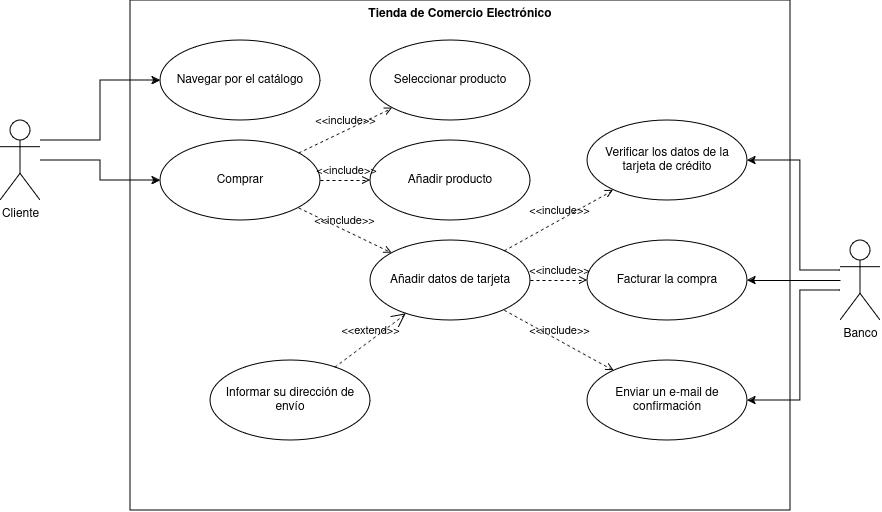
Earlier version of the draw.io export Tienda-de-Comercio-Electrónico.png (eduardosmoralesglez/Simulacro-I---Diagrama-de-Casos-de-Uso-). Source tidied: cells renumbered, new cells last; positions are measured from the earlier drawing's top-left corner, leaving out a move shared by most shapes.
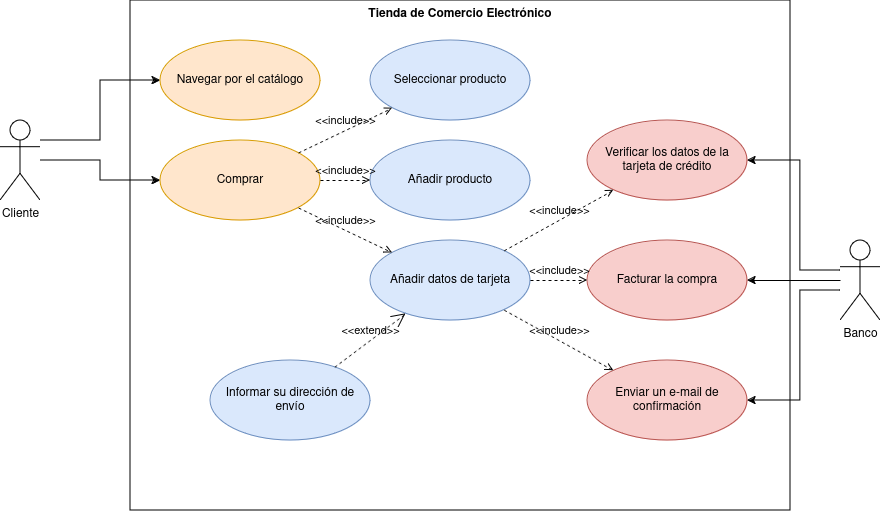
The same file after the commit.

Change to the diagram source:
```diff
@@ -2,7 +2,7 @@
   <root>
     <mxCell id="0" />
     <mxCell id="1" parent="0" />
-    <mxCell id="2" value="Tienda de Comercio Electrónico" style="shape=rect;html=1;verticalAlign=top;fontStyle=1;whiteSpace=wrap;align=center;" parent="1" vertex="1">
+    <mxCell id="2" value="Tienda de Comercio Electrónico" style="shape=rect;html=1;verticalAlign=top;fontStyle=1;whiteSpace=wrap;align=center;fillColor=none;" parent="1" vertex="1">
       <mxGeometry x="130" width="660" height="510" as="geometry" />
     </mxCell>
     <mxCell id="3" style="edgeStyle=orthogonalEdgeStyle;rounded=0;jettySize=auto;html=1;" parent="1" edge="1" source="5" target="10">
@@ -41,28 +41,28 @@
     <mxCell id="9" value="&lt;div&gt;Banco&lt;/div&gt;" style="shape=umlActor;html=1;verticalLabelPosition=bottom;verticalAlign=top;align=center;" parent="1" vertex="1">
       <mxGeometry x="840" y="240" width="40" height="80" as="geometry" />
     </mxCell>
-    <mxCell id="10" value="Navegar por el catálogo" style="ellipse;whiteSpace=wrap;html=1;" parent="1" vertex="1">
+    <mxCell id="10" value="Navegar por el catálogo" style="ellipse;whiteSpace=wrap;html=1;fillColor=#ffe6cc;strokeColor=#d79b00;" parent="1" vertex="1">
       <mxGeometry x="160" y="40" width="160" height="80" as="geometry" />
     </mxCell>
-    <mxCell id="11" value="Comprar" style="ellipse;whiteSpace=wrap;html=1;" parent="1" vertex="1">
+    <mxCell id="11" value="Comprar" style="ellipse;whiteSpace=wrap;html=1;fillColor=#ffe6cc;strokeColor=#d79b00;" parent="1" vertex="1">
       <mxGeometry x="160" y="140" width="160" height="80" as="geometry" />
     </mxCell>
-    <mxCell id="12" value="Añadir producto" style="ellipse;whiteSpace=wrap;html=1;" parent="1" vertex="1">
+    <mxCell id="12" value="Añadir producto" style="ellipse;whiteSpace=wrap;html=1;fillColor=#dae8fc;strokeColor=#6c8ebf;" parent="1" vertex="1">
       <mxGeometry x="370" y="140" width="160" height="80" as="geometry" />
     </mxCell>
-    <mxCell id="13" value="Seleccionar producto" style="ellipse;whiteSpace=wrap;html=1;" parent="1" vertex="1">
+    <mxCell id="13" value="Seleccionar producto" style="ellipse;whiteSpace=wrap;html=1;fillColor=#dae8fc;strokeColor=#6c8ebf;" parent="1" vertex="1">
       <mxGeometry x="370" y="40" width="160" height="80" as="geometry" />
     </mxCell>
-    <mxCell id="14" value="Verificar los datos de la tarjeta de crédito" style="ellipse;whiteSpace=wrap;html=1;" parent="1" vertex="1">
+    <mxCell id="14" value="Verificar los datos de la tarjeta de crédito" style="ellipse;whiteSpace=wrap;html=1;fillColor=#f8cecc;strokeColor=#b85450;" parent="1" vertex="1">
       <mxGeometry x="587" y="120" width="160" height="80" as="geometry" />
     </mxCell>
-    <mxCell id="15" value="Facturar la compra" style="ellipse;whiteSpace=wrap;html=1;" parent="1" vertex="1">
+    <mxCell id="15" value="Facturar la compra" style="ellipse;whiteSpace=wrap;html=1;fillColor=#f8cecc;strokeColor=#b85450;" parent="1" vertex="1">
       <mxGeometry x="587" y="240" width="160" height="80" as="geometry" />
     </mxCell>
-    <mxCell id="16" value="Enviar un e-mail de confirmación" style="ellipse;whiteSpace=wrap;html=1;" parent="1" vertex="1">
+    <mxCell id="16" value="Enviar un e-mail de confirmación" style="ellipse;whiteSpace=wrap;html=1;fillColor=#f8cecc;strokeColor=#b85450;" parent="1" vertex="1">
       <mxGeometry x="587" y="360" width="160" height="80" as="geometry" />
     </mxCell>
-    <mxCell id="17" value="Añadir datos de tarjeta" style="ellipse;whiteSpace=wrap;html=1;" parent="1" vertex="1">
+    <mxCell id="17" value="Añadir datos de tarjeta" style="ellipse;whiteSpace=wrap;html=1;fillColor=#dae8fc;strokeColor=#6c8ebf;" parent="1" vertex="1">
       <mxGeometry x="370" y="240" width="160" height="80" as="geometry" />
     </mxCell>
     <mxCell id="18" value="&amp;lt;&amp;lt;include&amp;gt;&amp;gt;" style="edgeStyle=none;html=1;endArrow=open;verticalAlign=bottom;dashed=1;labelBackgroundColor=none;rounded=0;" parent="1" edge="1" source="11" target="13">
@@ -74,7 +74,7 @@
     <mxCell id="20" value="&amp;lt;&amp;lt;include&amp;gt;&amp;gt;" style="edgeStyle=none;html=1;endArrow=open;verticalAlign=bottom;dashed=1;labelBackgroundColor=none;rounded=0;" parent="1" edge="1" source="11" target="17">
       <mxGeometry relative="1" as="geometry" />
     </mxCell>
-    <mxCell id="21" value="Informar su dirección de envío" style="ellipse;whiteSpace=wrap;html=1;" parent="1" vertex="1">
+    <mxCell id="21" value="Informar su dirección de envío" style="ellipse;whiteSpace=wrap;html=1;fillColor=#dae8fc;strokeColor=#6c8ebf;" parent="1" vertex="1">
       <mxGeometry x="210" y="360" width="160" height="80" as="geometry" />
     </mxCell>
     <mxCell id="22" value="&amp;lt;&amp;lt;extend&amp;gt;&amp;gt;" style="edgeStyle=none;html=1;startArrow=open;endArrow=none;startSize=12;verticalAlign=bottom;dashed=1;labelBackgroundColor=none;rounded=0;" parent="1" edge="1" source="17" target="21">
```
